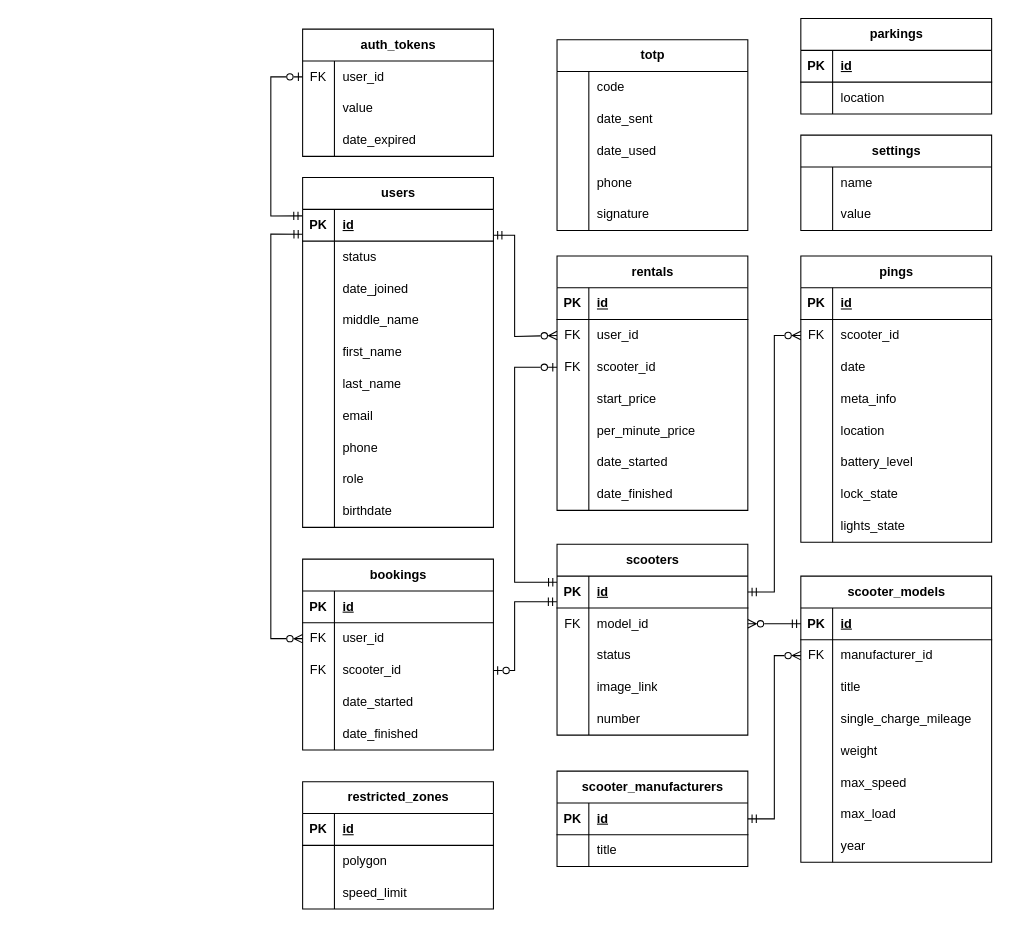
This is docs/inc/img/db.drawio from matveycodes/bmstu-db-cw, a draw.io file, before an edit. Source tidied: cells renumbered, new cells numbered last; positions are measured from the earlier drawing's top-left corner, leaving out a move shared by most shapes. Both pictures are drawn from the tidied source at 106%, with x=0, y=0 at pixel (270, 18).
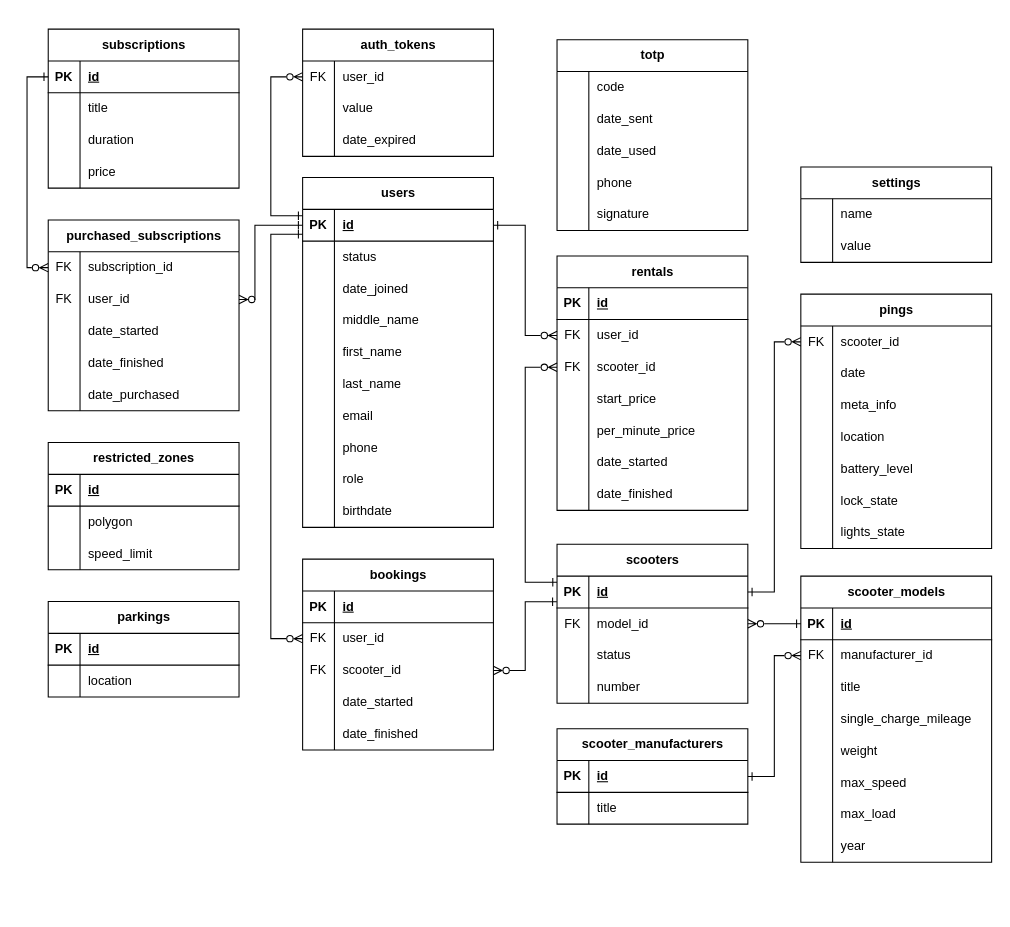
Above is the later version.

Unchanged cells that the change refers to:
```xml
<mxCell id="20" style="shape=tableRow;horizontal=0;startSize=0;swimlaneHead=0;swimlaneBody=0;fillColor=none;points=[[0,0.5],[1,0.5]];portConstraint=eastwest;top=0;left=0;right=0;bottom=1;" parent="19" vertex="1">
  <mxGeometry y="30" width="180" height="30" as="geometry" />
</mxCell>
<mxCell id="23" style="shape=tableRow;horizontal=0;startSize=0;swimlaneHead=0;swimlaneBody=0;fillColor=none;points=[[0,0.5],[1,0.5]];portConstraint=eastwest;top=0;left=0;right=0;bottom=0;" parent="19" vertex="1">
  <mxGeometry y="60" width="180" height="30" as="geometry" />
</mxCell>
<mxCell id="64" style="shape=tableRow;horizontal=0;startSize=0;swimlaneHead=0;swimlaneBody=0;fillColor=none;points=[[0,0.5],[1,0.5]];portConstraint=eastwest;top=0;left=0;right=0;bottom=0;" parent="60" vertex="1">
  <mxGeometry y="60" width="180" height="30" as="geometry" />
</mxCell>
<mxCell id="67" style="shape=tableRow;horizontal=0;startSize=0;swimlaneHead=0;swimlaneBody=0;fillColor=none;points=[[0,0.5],[1,0.5]];portConstraint=eastwest;top=0;left=0;right=0;bottom=0;" parent="60" vertex="1">
  <mxGeometry y="90" width="180" height="30" as="geometry" />
</mxCell>
<mxCell id="93" style="shape=tableRow;horizontal=0;startSize=0;swimlaneHead=0;swimlaneBody=0;fillColor=none;points=[[0,0.5],[1,0.5]];portConstraint=eastwest;top=0;left=0;right=0;bottom=0;" parent="89" vertex="1">
  <mxGeometry y="60" width="180" height="30" as="geometry" />
</mxCell>
<mxCell id="96" style="shape=tableRow;horizontal=0;startSize=0;swimlaneHead=0;swimlaneBody=0;fillColor=none;points=[[0,0.5],[1,0.5]];portConstraint=eastwest;top=0;left=0;right=0;bottom=0;" parent="89" vertex="1">
  <mxGeometry y="90" width="180" height="30" as="geometry" />
</mxCell>
<mxCell id="106" style="shape=tableRow;horizontal=0;startSize=0;swimlaneHead=0;swimlaneBody=0;fillColor=none;points=[[0,0.5],[1,0.5]];portConstraint=eastwest;top=0;left=0;right=0;bottom=1;" parent="105" vertex="1">
  <mxGeometry y="30" width="180" height="30" as="geometry" />
</mxCell>
<mxCell id="137" style="shape=tableRow;horizontal=0;startSize=0;swimlaneHead=0;swimlaneBody=0;fillColor=none;points=[[0,0.5],[1,0.5]];portConstraint=eastwest;top=0;left=0;right=0;bottom=1;" parent="136" vertex="1">
  <mxGeometry y="30" width="180" height="30" as="geometry" />
</mxCell>
<mxCell id="144" style="shape=tableRow;horizontal=0;startSize=0;swimlaneHead=0;swimlaneBody=0;fillColor=none;points=[[0,0.5],[1,0.5]];portConstraint=eastwest;top=0;left=0;right=0;bottom=1;" parent="143" vertex="1">
  <mxGeometry y="30" width="180" height="30" as="geometry" />
</mxCell>
<mxCell id="147" style="shape=tableRow;horizontal=0;startSize=0;swimlaneHead=0;swimlaneBody=0;fillColor=none;points=[[0,0.5],[1,0.5]];portConstraint=eastwest;top=0;left=0;right=0;bottom=0;" parent="143" vertex="1">
  <mxGeometry y="60" width="180" height="30" as="geometry" />
</mxCell>
<mxCell id="177" style="shape=tableRow;horizontal=0;startSize=0;swimlaneHead=0;swimlaneBody=0;fillColor=none;points=[[0,0.5],[1,0.5]];portConstraint=eastwest;top=0;left=0;right=0;bottom=0;" parent="176" vertex="1">
  <mxGeometry y="30" width="180" height="30" as="geometry" />
</mxCell>
```

The edit, as a diff of the source:
```diff
@@
     <mxCell id="2" value="restricted_zones" style="shape=table;startSize=30;childLayout=tableLayout;rowLines=0;fontStyle=1;align=center;html=1;" parent="1" vertex="1">
-      <mxGeometry x="30" y="720" width="180" height="120" as="geometry" />
+      <mxGeometry x="-210" y="400" width="180" height="120" as="geometry" />
     </mxCell>
@@
     <mxCell id="12" value="parkings" style="shape=table;startSize=30;childLayout=tableLayout;rowLines=0;fontStyle=1;align=center;html=1;" parent="1" vertex="1">
-      <mxGeometry x="500" width="180" height="90" as="geometry" />
+      <mxGeometry x="-210" y="550" width="180" height="90" as="geometry" />
     </mxCell>
@@
     <mxCell id="19" value="scooters" style="shape=table;startSize=30;childLayout=tableLayout;rowLines=0;fontStyle=1;align=center;html=1;" parent="1" vertex="1">
-      <mxGeometry x="270" y="496" width="180" height="180" as="geometry" />
+      <mxGeometry x="270" y="496" width="180" height="150" as="geometry" />
     </mxCell>
@@
-    <mxCell id="29" style="shape=tableRow;horizontal=0;startSize=0;swimlaneHead=0;swimlaneBody=0;fillColor=none;top=0;left=0;right=0;bottom=0;" parent="19" vertex="1">
-      <mxGeometry y="120" width="180" height="30" as="geometry" />
-    </mxCell>
-    <mxCell id="30" style="shape=partialRectangle;fillColor=none;top=0;left=0;bottom=0;right=0;overflow=hidden;whiteSpace=wrap;html=1;" parent="29" vertex="1">
-      <mxGeometry width="30" height="30" as="geometry" />
-    </mxCell>
-    <mxCell id="31" value="image_link" style="shape=partialRectangle;fillColor=none;top=0;left=0;bottom=0;right=0;align=left;spacingLeft=6;overflow=hidden;whiteSpace=wrap;html=1;" parent="29" vertex="1">
-      <mxGeometry x="30" width="150" height="30" as="geometry" />
-    </mxCell>
     <mxCell id="32" style="shape=tableRow;horizontal=0;startSize=0;swimlaneHead=0;swimlaneBody=0;fillColor=none;top=0;left=0;right=0;bottom=0;" parent="19" vertex="1">
-      <mxGeometry y="150" width="180" height="30" as="geometry" />
+      <mxGeometry y="120" width="180" height="30" as="geometry" />
     </mxCell>
@@
     <mxCell id="35" value="pings" style="shape=table;startSize=30;childLayout=tableLayout;rowLines=0;fontStyle=1;align=center;html=1;" parent="1" vertex="1">
-      <mxGeometry x="500" y="224" width="180" height="270" as="geometry" />
+      <mxGeometry x="500" y="260" width="180" height="240" as="geometry" />
     </mxCell>
-    <mxCell id="36" style="shape=tableRow;horizontal=0;startSize=0;swimlaneHead=0;swimlaneBody=0;fillColor=none;points=[[0,0.5],[1,0.5]];portConstraint=eastwest;top=0;left=0;right=0;bottom=1;" parent="35" vertex="1">
-      <mxGeometry y="30" width="180" height="30" as="geometry" />
-    </mxCell>
-    <mxCell id="37" value="PK" style="shape=partialRectangle;fillColor=none;top=0;left=0;bottom=0;right=0;fontStyle=1;overflow=hidden;whiteSpace=wrap;html=1;" parent="36" vertex="1">
-      <mxGeometry width="30" height="30" as="geometry" />
-    </mxCell>
-    <mxCell id="38" value="id" style="shape=partialRectangle;fillColor=none;top=0;left=0;bottom=0;right=0;align=left;spacingLeft=6;fontStyle=5;overflow=hidden;whiteSpace=wrap;html=1;" parent="36" vertex="1">
-      <mxGeometry x="30" width="150" height="30" as="geometry" />
-    </mxCell>
     <mxCell id="39" style="shape=tableRow;horizontal=0;startSize=0;swimlaneHead=0;swimlaneBody=0;fillColor=none;points=[[0,0.5],[1,0.5]];portConstraint=eastwest;top=0;left=0;right=0;bottom=0;" parent="35" vertex="1">
-      <mxGeometry y="60" width="180" height="30" as="geometry" />
+      <mxGeometry y="30" width="180" height="30" as="geometry" />
     </mxCell>
@@
     <mxCell id="42" style="shape=tableRow;horizontal=0;startSize=0;swimlaneHead=0;swimlaneBody=0;fillColor=none;top=0;left=0;right=0;bottom=0;" parent="35" vertex="1">
-      <mxGeometry y="90" width="180" height="30" as="geometry" />
+      <mxGeometry y="60" width="180" height="30" as="geometry" />
     </mxCell>
@@
     <mxCell id="45" style="shape=tableRow;horizontal=0;startSize=0;swimlaneHead=0;swimlaneBody=0;fillColor=none;top=0;left=0;right=0;bottom=0;" parent="35" vertex="1">
-      <mxGeometry y="120" width="180" height="30" as="geometry" />
+      <mxGeometry y="90" width="180" height="30" as="geometry" />
     </mxCell>
@@
     <mxCell id="48" style="shape=tableRow;horizontal=0;startSize=0;swimlaneHead=0;swimlaneBody=0;fillColor=none;top=0;left=0;right=0;bottom=0;" parent="35" vertex="1">
-      <mxGeometry y="150" width="180" height="30" as="geometry" />
+      <mxGeometry y="120" width="180" height="30" as="geometry" />
     </mxCell>
@@
     <mxCell id="51" style="shape=tableRow;horizontal=0;startSize=0;swimlaneHead=0;swimlaneBody=0;fillColor=none;top=0;left=0;right=0;bottom=0;" parent="35" vertex="1">
-      <mxGeometry y="180" width="180" height="30" as="geometry" />
+      <mxGeometry y="150" width="180" height="30" as="geometry" />
     </mxCell>
@@
     <mxCell id="54" style="shape=tableRow;horizontal=0;startSize=0;swimlaneHead=0;swimlaneBody=0;fillColor=none;top=0;left=0;right=0;bottom=0;" parent="35" vertex="1">
-      <mxGeometry y="210" width="180" height="30" as="geometry" />
+      <mxGeometry y="180" width="180" height="30" as="geometry" />
     </mxCell>
@@
     <mxCell id="57" style="shape=tableRow;horizontal=0;startSize=0;swimlaneHead=0;swimlaneBody=0;fillColor=none;top=0;left=0;right=0;bottom=0;" parent="35" vertex="1">
-      <mxGeometry y="240" width="180" height="30" as="geometry" />
+      <mxGeometry y="210" width="180" height="30" as="geometry" />
     </mxCell>
@@
     <mxCell id="82" value="settings" style="shape=table;startSize=30;childLayout=tableLayout;rowLines=0;fontStyle=1;align=center;html=1;" parent="1" vertex="1">
-      <mxGeometry x="500" y="110" width="180" height="90" as="geometry" />
+      <mxGeometry x="500" y="140" width="180" height="90" as="geometry" />
     </mxCell>
@@
     <mxCell id="136" value="scooter_manufacturers" style="shape=table;startSize=30;childLayout=tableLayout;rowLines=0;fontStyle=1;align=center;html=1;" parent="1" vertex="1">
-      <mxGeometry x="270" y="710" width="180" height="90" as="geometry" />
+      <mxGeometry x="270" y="670" width="180" height="90" as="geometry" />
     </mxCell>
@@
-    <mxCell id="168" style="edgeStyle=orthogonalEdgeStyle;rounded=0;jettySize=auto;html=1;exitX=1;exitY=0.5;exitDx=0;exitDy=0;entryX=0;entryY=0.5;entryDx=0;entryDy=0;endArrow=ERmandOne;endFill=0;startArrow=ERzeroToMany;startFill=0;" parent="1" edge="1" source="23" target="144">
+    <mxCell id="168" style="edgeStyle=orthogonalEdgeStyle;rounded=0;jettySize=auto;html=1;exitX=1;exitY=0.5;exitDx=0;exitDy=0;entryX=0;entryY=0.5;entryDx=0;entryDy=0;endArrow=ERone;endFill=0;startArrow=ERzeroToMany;startFill=0;" parent="1" edge="1" source="23" target="144">
       <mxGeometry relative="1" as="geometry" />
     </mxCell>
-    <mxCell id="169" style="edgeStyle=orthogonalEdgeStyle;rounded=0;jettySize=auto;html=1;exitX=0;exitY=0.5;exitDx=0;exitDy=0;entryX=1;entryY=0.5;entryDx=0;entryDy=0;endArrow=ERmandOne;endFill=0;startArrow=ERzeroToMany;startFill=0;" parent="1" edge="1" source="147" target="137">
+    <mxCell id="169" style="edgeStyle=orthogonalEdgeStyle;rounded=0;jettySize=auto;html=1;exitX=0;exitY=0.5;exitDx=0;exitDy=0;entryX=1;entryY=0.5;entryDx=0;entryDy=0;endArrow=ERone;endFill=0;startArrow=ERzeroToMany;startFill=0;" parent="1" edge="1" source="147" target="137">
       <mxGeometry relative="1" as="geometry" />
     </mxCell>
-    <mxCell id="170" style="edgeStyle=orthogonalEdgeStyle;rounded=0;jettySize=auto;html=1;exitX=1;exitY=0.5;exitDx=0;exitDy=0;entryX=-0.001;entryY=0.804;entryDx=0;entryDy=0;endArrow=ERmandOne;endFill=0;startArrow=ERzeroToOne;startFill=0;entryPerimeter=0;" parent="1" edge="1" source="96" target="20">
+    <mxCell id="170" style="edgeStyle=orthogonalEdgeStyle;rounded=0;jettySize=auto;html=1;exitX=1;exitY=0.5;exitDx=0;exitDy=0;entryX=-0.001;entryY=0.804;entryDx=0;entryDy=0;endArrow=ERone;endFill=0;startArrow=ERzeroToMany;startFill=0;entryPerimeter=0;" parent="1" edge="1" source="96" target="20">
       <mxGeometry relative="1" as="geometry">
         <Array as="points">
-          <mxPoint x="230" y="615" />
-          <mxPoint x="230" y="550" />
+          <mxPoint x="240" y="615" />
+          <mxPoint x="240" y="550" />
         </Array>
       </mxGeometry>
     </mxCell>
-    <mxCell id="171" style="edgeStyle=orthogonalEdgeStyle;rounded=0;jettySize=auto;html=1;exitX=0;exitY=0.5;exitDx=0;exitDy=0;entryX=-0.001;entryY=0.781;entryDx=0;entryDy=0;endArrow=ERmandOne;endFill=0;startArrow=ERzeroToMany;startFill=0;entryPerimeter=0;" parent="1" edge="1" source="93" target="106">
+    <mxCell id="171" style="edgeStyle=orthogonalEdgeStyle;rounded=0;jettySize=auto;html=1;exitX=0;exitY=0.5;exitDx=0;exitDy=0;entryX=0;entryY=0.783;entryDx=0;entryDy=0;endArrow=ERone;endFill=0;startArrow=ERzeroToMany;startFill=0;entryPerimeter=0;" parent="1" edge="1" source="93" target="106">
       <mxGeometry relative="1" as="geometry">
         <Array as="points">
           <mxPoint y="585" />
-          <mxPoint y="203" />
+          <mxPoint y="204" />
         </Array>
       </mxGeometry>
     </mxCell>
-    <mxCell id="172" style="edgeStyle=orthogonalEdgeStyle;rounded=0;jettySize=auto;html=1;exitX=0;exitY=0.5;exitDx=0;exitDy=0;endArrow=ERmandOne;endFill=0;startArrow=ERzeroToMany;startFill=0;entryX=1;entryY=0.5;entryDx=0;entryDy=0;" parent="1" edge="1" source="39" target="20">
+    <mxCell id="172" style="edgeStyle=orthogonalEdgeStyle;rounded=0;jettySize=auto;html=1;exitX=0;exitY=0.5;exitDx=0;exitDy=0;endArrow=ERone;endFill=0;startArrow=ERzeroToMany;startFill=0;entryX=1;entryY=0.5;entryDx=0;entryDy=0;" parent="1" edge="1" source="39" target="20">
       <mxGeometry relative="1" as="geometry" />
     </mxCell>
-    <mxCell id="173" style="edgeStyle=orthogonalEdgeStyle;rounded=0;jettySize=auto;html=1;exitX=0;exitY=0.5;exitDx=0;exitDy=0;entryX=0;entryY=0.193;entryDx=0;entryDy=0;entryPerimeter=0;endArrow=ERmandOne;endFill=0;startArrow=ERzeroToOne;startFill=0;" parent="1" edge="1" source="67" target="20">
+    <mxCell id="173" style="edgeStyle=orthogonalEdgeStyle;rounded=0;jettySize=auto;html=1;exitX=0;exitY=0.5;exitDx=0;exitDy=0;entryX=0;entryY=0.193;entryDx=0;entryDy=0;entryPerimeter=0;endArrow=ERone;endFill=0;startArrow=ERzeroToMany;startFill=0;" parent="1" edge="1" source="67" target="20">
       <mxGeometry relative="1" as="geometry">
         <Array as="points">
-          <mxPoint x="230" y="329" />
-          <mxPoint x="230" y="532" />
+          <mxPoint x="240" y="329" />
+          <mxPoint x="240" y="532" />
         </Array>
       </mxGeometry>
     </mxCell>
-    <mxCell id="174" style="edgeStyle=orthogonalEdgeStyle;rounded=0;jettySize=auto;html=1;exitX=1;exitY=0.813;exitDx=0;exitDy=0;entryX=0;entryY=0.5;entryDx=0;entryDy=0;startArrow=ERmandOne;startFill=0;endArrow=ERzeroToMany;endFill=0;exitPerimeter=0;" parent="1" edge="1" source="106" target="64">
+    <mxCell id="174" style="edgeStyle=orthogonalEdgeStyle;rounded=0;jettySize=auto;html=1;exitX=1;exitY=0.5;exitDx=0;exitDy=0;entryX=0;entryY=0.5;entryDx=0;entryDy=0;startArrow=ERone;startFill=0;endArrow=ERzeroToMany;endFill=0;" parent="1" edge="1" source="106" target="64">
       <mxGeometry relative="1" as="geometry">
         <Array as="points">
-          <mxPoint x="230" y="204" />
-          <mxPoint x="230" y="300" />
-          <mxPoint x="270" y="300" />
+          <mxPoint x="240" y="195" />
+          <mxPoint x="240" y="299" />
         </Array>
       </mxGeometry>
     </mxCell>
-    <mxCell id="175" style="edgeStyle=orthogonalEdgeStyle;rounded=0;jettySize=auto;html=1;exitX=0;exitY=0.5;exitDx=0;exitDy=0;entryX=-0.002;entryY=0.205;entryDx=0;entryDy=0;endArrow=ERmandOne;endFill=0;startArrow=ERzeroToOne;startFill=0;entryPerimeter=0;" parent="1" edge="1" source="177" target="106">
+    <mxCell id="175" style="edgeStyle=orthogonalEdgeStyle;rounded=0;jettySize=auto;html=1;exitX=0;exitY=0.5;exitDx=0;exitDy=0;entryX=0;entryY=0.202;entryDx=0;entryDy=0;endArrow=ERone;endFill=0;startArrow=ERzeroToMany;startFill=0;entryPerimeter=0;" parent="1" edge="1" source="177" target="106">
       <mxGeometry relative="1" as="geometry">
         <Array as="points">
           <mxPoint y="55" />
           <mxPoint y="186" />
         </Array>
       </mxGeometry>
     </mxCell>
@@
+    <mxCell id="202" value="purchased_subscriptions" style="shape=table;startSize=30;childLayout=tableLayout;rowLines=0;fontStyle=1;align=center;html=1;" parent="1" vertex="1">
+      <mxGeometry x="-210" y="190" width="180" height="180" as="geometry" />
+    </mxCell>
+    <mxCell id="203" style="shape=tableRow;horizontal=0;startSize=0;swimlaneHead=0;swimlaneBody=0;fillColor=none;points=[[0,0.5],[1,0.5]];portConstraint=eastwest;top=0;left=0;right=0;bottom=0;" parent="202" vertex="1">
+      <mxGeometry y="30" width="180" height="30" as="geometry" />
+    </mxCell>
+    <mxCell id="204" value="FK" style="shape=partialRectangle;fillColor=none;top=0;left=0;bottom=0;right=0;overflow=hidden;whiteSpace=wrap;html=1;" parent="203" vertex="1">
+      <mxGeometry width="30" height="30" as="geometry" />
+    </mxCell>
+    <mxCell id="205" value="subscription_id" style="shape=partialRectangle;fillColor=none;top=0;left=0;bottom=0;right=0;align=left;spacingLeft=6;overflow=hidden;whiteSpace=wrap;html=1;" parent="203" vertex="1">
+      <mxGeometry x="30" width="150" height="30" as="geometry" />
+    </mxCell>
+    <mxCell id="206" style="shape=tableRow;horizontal=0;startSize=0;swimlaneHead=0;swimlaneBody=0;fillColor=none;points=[[0,0.5],[1,0.5]];portConstraint=eastwest;top=0;left=0;right=0;bottom=0;" parent="202" vertex="1">
+      <mxGeometry y="60" width="180" height="30" as="geometry" />
+    </mxCell>
+    <mxCell id="207" value="FK" style="shape=partialRectangle;fillColor=none;top=0;left=0;bottom=0;right=0;overflow=hidden;whiteSpace=wrap;html=1;" parent="206" vertex="1">
+      <mxGeometry width="30" height="30" as="geometry" />
+    </mxCell>
+    <mxCell id="208" value="user_id" style="shape=partialRectangle;fillColor=none;top=0;left=0;bottom=0;right=0;align=left;spacingLeft=6;overflow=hidden;whiteSpace=wrap;html=1;" parent="206" vertex="1">
+      <mxGeometry x="30" width="150" height="30" as="geometry" />
+    </mxCell>
+    <mxCell id="209" style="shape=tableRow;horizontal=0;startSize=0;swimlaneHead=0;swimlaneBody=0;fillColor=none;top=0;left=0;right=0;bottom=0;" parent="202" vertex="1">
+      <mxGeometry y="90" width="180" height="30" as="geometry" />
+    </mxCell>
+    <mxCell id="210" style="shape=partialRectangle;fillColor=none;top=0;left=0;bottom=0;right=0;overflow=hidden;whiteSpace=wrap;html=1;" parent="209" vertex="1">
+      <mxGeometry width="30" height="30" as="geometry" />
+    </mxCell>
+    <mxCell id="211" value="date_started" style="shape=partialRectangle;fillColor=none;top=0;left=0;bottom=0;right=0;align=left;spacingLeft=6;overflow=hidden;whiteSpace=wrap;html=1;" parent="209" vertex="1">
+      <mxGeometry x="30" width="150" height="30" as="geometry" />
+    </mxCell>
+    <mxCell id="212" style="shape=tableRow;horizontal=0;startSize=0;swimlaneHead=0;swimlaneBody=0;fillColor=none;top=0;left=0;right=0;bottom=0;" parent="202" vertex="1">
+      <mxGeometry y="120" width="180" height="30" as="geometry" />
+    </mxCell>
+    <mxCell id="213" style="shape=partialRectangle;fillColor=none;top=0;left=0;bottom=0;right=0;overflow=hidden;whiteSpace=wrap;html=1;" parent="212" vertex="1">
+      <mxGeometry width="30" height="30" as="geometry" />
+    </mxCell>
+    <mxCell id="214" value="date_finished" style="shape=partialRectangle;fillColor=none;top=0;left=0;bottom=0;right=0;align=left;spacingLeft=6;overflow=hidden;whiteSpace=wrap;html=1;" parent="212" vertex="1">
+      <mxGeometry x="30" width="150" height="30" as="geometry" />
+    </mxCell>
+    <mxCell id="215" style="shape=tableRow;horizontal=0;startSize=0;swimlaneHead=0;swimlaneBody=0;fillColor=none;top=0;left=0;right=0;bottom=0;" parent="202" vertex="1">
+      <mxGeometry y="150" width="180" height="30" as="geometry" />
+    </mxCell>
+    <mxCell id="216" style="shape=partialRectangle;fillColor=none;top=0;left=0;bottom=0;right=0;overflow=hidden;whiteSpace=wrap;html=1;" parent="215" vertex="1">
+      <mxGeometry width="30" height="30" as="geometry" />
+    </mxCell>
+    <mxCell id="217" value="date_purchased" style="shape=partialRectangle;fillColor=none;top=0;left=0;bottom=0;right=0;align=left;spacingLeft=6;overflow=hidden;whiteSpace=wrap;html=1;" parent="215" vertex="1">
+      <mxGeometry x="30" width="150" height="30" as="geometry" />
+    </mxCell>
+    <mxCell id="218" value="subscriptions" style="shape=table;startSize=30;childLayout=tableLayout;rowLines=0;fontStyle=1;align=center;html=1;" parent="1" vertex="1">
+      <mxGeometry x="-210" y="10" width="180" height="150" as="geometry" />
+    </mxCell>
+    <mxCell id="36" style="shape=tableRow;horizontal=0;startSize=0;swimlaneHead=0;swimlaneBody=0;fillColor=none;points=[[0,0.5],[1,0.5]];portConstraint=eastwest;top=0;left=0;right=0;bottom=1;" parent="218" vertex="1">
+      <mxGeometry y="30" width="180" height="30" as="geometry" />
+    </mxCell>
+    <mxCell id="37" value="PK" style="shape=partialRectangle;fillColor=none;top=0;left=0;bottom=0;right=0;fontStyle=1;overflow=hidden;whiteSpace=wrap;html=1;" parent="36" vertex="1">
+      <mxGeometry width="30" height="30" as="geometry" />
+    </mxCell>
+    <mxCell id="38" value="id" style="shape=partialRectangle;fillColor=none;top=0;left=0;bottom=0;right=0;align=left;spacingLeft=6;fontStyle=5;overflow=hidden;whiteSpace=wrap;html=1;" parent="36" vertex="1">
+      <mxGeometry x="30" width="150" height="30" as="geometry" />
+    </mxCell>
+    <mxCell id="219" style="shape=tableRow;horizontal=0;startSize=0;swimlaneHead=0;swimlaneBody=0;fillColor=none;top=0;left=0;right=0;bottom=0;" parent="218" vertex="1">
+      <mxGeometry y="60" width="180" height="30" as="geometry" />
+    </mxCell>
+    <mxCell id="220" style="shape=partialRectangle;fillColor=none;top=0;left=0;bottom=0;right=0;overflow=hidden;whiteSpace=wrap;html=1;" parent="219" vertex="1">
+      <mxGeometry width="30" height="30" as="geometry" />
+    </mxCell>
+    <mxCell id="221" value="title" style="shape=partialRectangle;fillColor=none;top=0;left=0;bottom=0;right=0;align=left;spacingLeft=6;overflow=hidden;whiteSpace=wrap;html=1;" parent="219" vertex="1">
+      <mxGeometry x="30" width="150" height="30" as="geometry" />
+    </mxCell>
+    <mxCell id="222" style="shape=tableRow;horizontal=0;startSize=0;swimlaneHead=0;swimlaneBody=0;fillColor=none;top=0;left=0;right=0;bottom=0;" parent="218" vertex="1">
+      <mxGeometry y="90" width="180" height="30" as="geometry" />
+    </mxCell>
+    <mxCell id="223" style="shape=partialRectangle;fillColor=none;top=0;left=0;bottom=0;right=0;overflow=hidden;whiteSpace=wrap;html=1;" parent="222" vertex="1">
+      <mxGeometry width="30" height="30" as="geometry" />
+    </mxCell>
+    <mxCell id="224" value="duration" style="shape=partialRectangle;fillColor=none;top=0;left=0;bottom=0;right=0;align=left;spacingLeft=6;overflow=hidden;whiteSpace=wrap;html=1;" parent="222" vertex="1">
+      <mxGeometry x="30" width="150" height="30" as="geometry" />
+    </mxCell>
+    <mxCell id="225" style="shape=tableRow;horizontal=0;startSize=0;swimlaneHead=0;swimlaneBody=0;fillColor=none;top=0;left=0;right=0;bottom=0;" parent="218" vertex="1">
+      <mxGeometry y="120" width="180" height="30" as="geometry" />
+    </mxCell>
+    <mxCell id="226" style="shape=partialRectangle;fillColor=none;top=0;left=0;bottom=0;right=0;overflow=hidden;whiteSpace=wrap;html=1;" parent="225" vertex="1">
+      <mxGeometry width="30" height="30" as="geometry" />
+    </mxCell>
+    <mxCell id="227" value="price" style="shape=partialRectangle;fillColor=none;top=0;left=0;bottom=0;right=0;align=left;spacingLeft=6;overflow=hidden;whiteSpace=wrap;html=1;" parent="225" vertex="1">
+      <mxGeometry x="30" width="150" height="30" as="geometry" />
+    </mxCell>
+    <mxCell id="228" style="edgeStyle=orthogonalEdgeStyle;rounded=0;jettySize=auto;html=1;exitX=0;exitY=0.5;exitDx=0;exitDy=0;entryX=0;entryY=0.5;entryDx=0;entryDy=0;startArrow=ERzeroToMany;startFill=0;endArrow=ERone;endFill=0;" parent="1" edge="1" source="203" target="36">
+      <mxGeometry relative="1" as="geometry" />
+    </mxCell>
+    <mxCell id="229" style="edgeStyle=orthogonalEdgeStyle;rounded=0;jettySize=auto;html=1;exitX=1;exitY=0.5;exitDx=0;exitDy=0;endArrow=ERone;endFill=0;entryX=0;entryY=0.5;entryDx=0;entryDy=0;startArrow=ERzeroToMany;startFill=0;" parent="1" edge="1" source="206" target="106">
+      <mxGeometry relative="1" as="geometry">
+        <Array as="points">
+          <mxPoint x="-15" y="265" />
+          <mxPoint x="-15" y="195" />
+        </Array>
+      </mxGeometry>
+    </mxCell>
```
